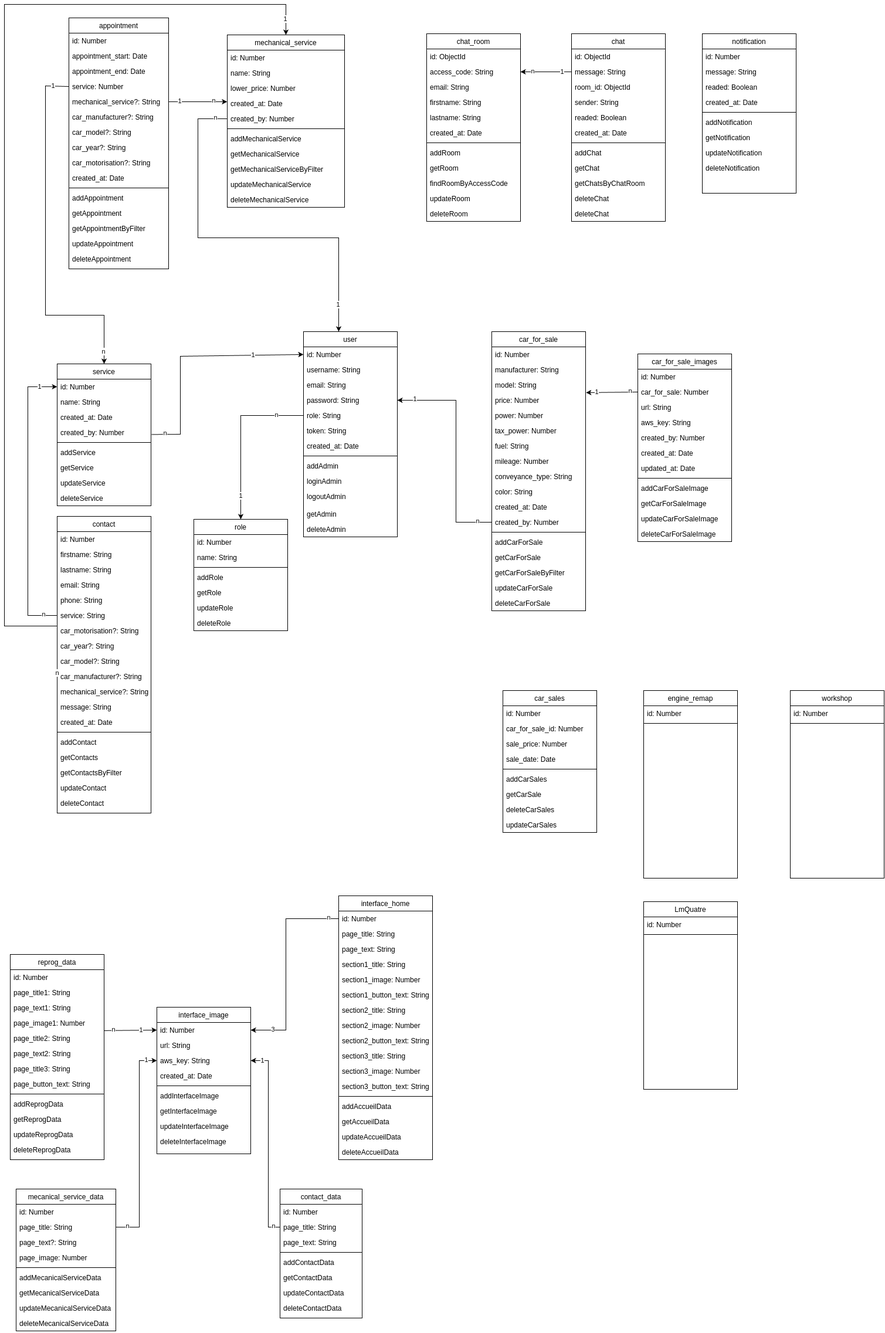
The draw.io diagram documentation/hephaistos-MCD.drawio.png in nsevendev/hephaistos, before a commit. Source tidied: cells renumbered, new cells last; positions are measured from the earlier drawing's top-left corner, leaving out a move shared by most shapes.
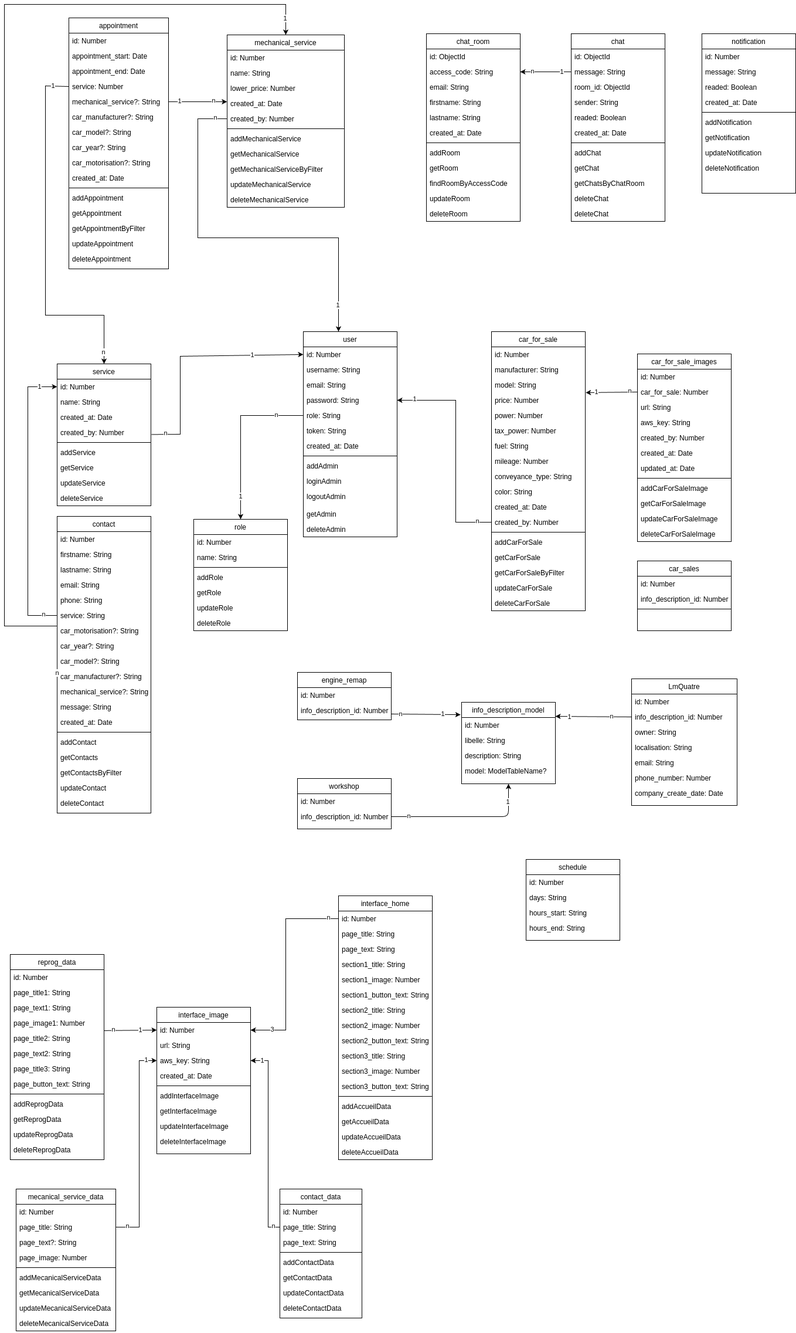
After the commit.

Commit message:
MCD => création des entitys engine_remap, workshop, LmQuatre, info_description_model et schedule + modification entity car_sales

Diff of the diagram source:
```diff
@@ -860,61 +860,123 @@
       </mxGeometry>
     </mxCell>
     <mxCell id="254" value="engine_remap" style="swimlane;fontStyle=0;align=center;verticalAlign=top;horizontal=1;startSize=26;rounded=0;shadow=0;strokeWidth=1;" parent="1" vertex="1">
-      <mxGeometry x="1090" y="1170" width="160" height="320" as="geometry" />
+      <mxGeometry x="500" y="1139" width="160" height="81" as="geometry" />
     </mxCell>
     <mxCell id="255" value="id: Number" style="text;align=left;verticalAlign=top;spacingLeft=4;spacingRight=4;overflow=hidden;rounded=0;shadow=0;html=0;" parent="254" vertex="1">
       <mxGeometry y="26" width="160" height="26" as="geometry" />
     </mxCell>
-    <mxCell id="256" style="line;html=1;strokeWidth=1;align=left;verticalAlign=middle;spacingTop=-1;spacingLeft=3;spacingRight=3;labelPosition=right;" parent="254" vertex="1">
-      <mxGeometry y="52" width="160" height="8" as="geometry" />
-    </mxCell>
+    <mxCell id="273" value="info_description_id: Number" style="text;align=left;verticalAlign=top;spacingLeft=4;spacingRight=4;overflow=hidden;points=[[0,0.5],[1,0.5]];portConstraint=eastwest;rounded=0;shadow=0;html=0;" parent="254" vertex="1">
+      <mxGeometry y="52" width="160" height="26" as="geometry" />
+    </mxCell>
     <mxCell id="257" value="car_sales" style="swimlane;fontStyle=0;align=center;verticalAlign=top;horizontal=1;startSize=26;rounded=0;shadow=0;strokeWidth=1;" parent="1" vertex="1">
-      <mxGeometry x="850" y="1170" width="160" height="242" as="geometry" />
+      <mxGeometry x="1080" y="949" width="160" height="119" as="geometry" />
     </mxCell>
     <mxCell id="258" value="id: Number" style="text;align=left;verticalAlign=top;spacingLeft=4;spacingRight=4;overflow=hidden;rounded=0;shadow=0;html=0;" parent="257" vertex="1">
       <mxGeometry y="26" width="160" height="26" as="geometry" />
     </mxCell>
-    <mxCell id="259" value="car_for_sale_id: Number" style="text;align=left;verticalAlign=top;spacingLeft=4;spacingRight=4;overflow=hidden;rounded=0;shadow=0;html=0;" parent="257" vertex="1">
-      <mxGeometry y="52" width="160" height="26" as="geometry" />
-    </mxCell>
-    <mxCell id="260" value="sale_price: Number" style="text;align=left;verticalAlign=top;spacingLeft=4;spacingRight=4;overflow=hidden;rounded=0;shadow=0;html=0;" parent="257" vertex="1">
-      <mxGeometry y="78" width="160" height="26" as="geometry" />
+    <mxCell id="260" value="info_description_id: Number" style="text;align=left;verticalAlign=top;spacingLeft=4;spacingRight=4;overflow=hidden;rounded=0;shadow=0;html=0;" parent="257" vertex="1">
+      <mxGeometry y="52" width="160" height="26" as="geometry" />
     </mxCell>
-    <mxCell id="261" value="sale_date: Date" style="text;align=left;verticalAlign=top;spacingLeft=4;spacingRight=4;overflow=hidden;rounded=0;shadow=0;html=0;" parent="257" vertex="1">
-      <mxGeometry y="104" width="160" height="26" as="geometry" />
-    </mxCell>
     <mxCell id="262" style="line;html=1;strokeWidth=1;align=left;verticalAlign=middle;spacingTop=-1;spacingLeft=3;spacingRight=3;labelPosition=right;" parent="257" vertex="1">
-      <mxGeometry y="130" width="160" height="8" as="geometry" />
+      <mxGeometry y="78" width="160" height="8" as="geometry" />
     </mxCell>
-    <mxCell id="263" value="addCarSales" style="text;align=left;verticalAlign=top;spacingLeft=4;spacingRight=4;overflow=hidden;" parent="257" vertex="1">
-      <mxGeometry y="138" width="160" height="26" as="geometry" />
-    </mxCell>
-    <mxCell id="264" value="getCarSale" style="text;align=left;verticalAlign=top;spacingLeft=4;spacingRight=4;overflow=hidden;" parent="257" vertex="1">
-      <mxGeometry y="164" width="160" height="26" as="geometry" />
-    </mxCell>
-    <mxCell id="265" value="deleteCarSales" style="text;align=left;verticalAlign=top;spacingLeft=4;spacingRight=4;overflow=hidden;" parent="257" vertex="1">
-      <mxGeometry y="190" width="160" height="26" as="geometry" />
-    </mxCell>
-    <mxCell id="266" value="updateCarSales" style="text;align=left;verticalAlign=top;spacingLeft=4;spacingRight=4;overflow=hidden;" parent="257" vertex="1">
-      <mxGeometry y="216" width="160" height="26" as="geometry" />
-    </mxCell>
     <mxCell id="267" value="workshop" style="swimlane;fontStyle=0;align=center;verticalAlign=top;horizontal=1;startSize=26;rounded=0;shadow=0;strokeWidth=1;" parent="1" vertex="1">
-      <mxGeometry x="1340" y="1170" width="160" height="320" as="geometry" />
+      <mxGeometry x="500" y="1320" width="160" height="86" as="geometry" />
     </mxCell>
     <mxCell id="268" value="id: Number" style="text;align=left;verticalAlign=top;spacingLeft=4;spacingRight=4;overflow=hidden;rounded=0;shadow=0;html=0;" parent="267" vertex="1">
       <mxGeometry y="26" width="160" height="26" as="geometry" />
     </mxCell>
-    <mxCell id="269" style="line;html=1;strokeWidth=1;align=left;verticalAlign=middle;spacingTop=-1;spacingLeft=3;spacingRight=3;labelPosition=right;" parent="267" vertex="1">
-      <mxGeometry y="52" width="160" height="8" as="geometry" />
-    </mxCell>
+    <mxCell id="274" value="info_description_id: Number" style="text;align=left;verticalAlign=top;spacingLeft=4;spacingRight=4;overflow=hidden;points=[[0,0.5],[1,0.5]];portConstraint=eastwest;rounded=0;shadow=0;html=0;" parent="267" vertex="1">
+      <mxGeometry y="52" width="160" height="26" as="geometry" />
+    </mxCell>
     <mxCell id="270" value="LmQuatre" style="swimlane;fontStyle=0;align=center;verticalAlign=top;horizontal=1;startSize=26;rounded=0;shadow=0;strokeWidth=1;" parent="1" vertex="1">
-      <mxGeometry x="1090" y="1530" width="160" height="320" as="geometry" />
+      <mxGeometry x="1070" y="1150" width="180" height="216" as="geometry" />
     </mxCell>
     <mxCell id="271" value="id: Number" style="text;align=left;verticalAlign=top;spacingLeft=4;spacingRight=4;overflow=hidden;rounded=0;shadow=0;html=0;" parent="270" vertex="1">
-      <mxGeometry y="26" width="160" height="26" as="geometry" />
+      <mxGeometry y="26" width="180" height="26" as="geometry" />
     </mxCell>
-    <mxCell id="272" style="line;html=1;strokeWidth=1;align=left;verticalAlign=middle;spacingTop=-1;spacingLeft=3;spacingRight=3;labelPosition=right;" parent="270" vertex="1">
-      <mxGeometry y="52" width="160" height="8" as="geometry" />
-    </mxCell>
+    <mxCell id="275" value="info_description_id: Number" style="text;align=left;verticalAlign=top;spacingLeft=4;spacingRight=4;overflow=hidden;points=[[0,0.5],[1,0.5]];portConstraint=eastwest;rounded=0;shadow=0;html=0;" parent="270" vertex="1">
+      <mxGeometry y="52" width="180" height="26" as="geometry" />
+    </mxCell>
+    <mxCell id="276" value="owner: String" style="text;align=left;verticalAlign=top;spacingLeft=4;spacingRight=4;overflow=hidden;rounded=0;shadow=0;html=0;" parent="270" vertex="1">
+      <mxGeometry y="78" width="180" height="26" as="geometry" />
+    </mxCell>
+    <mxCell id="277" value="localisation: String" style="text;align=left;verticalAlign=top;spacingLeft=4;spacingRight=4;overflow=hidden;rounded=0;shadow=0;html=0;" parent="270" vertex="1">
+      <mxGeometry y="104" width="180" height="26" as="geometry" />
+    </mxCell>
+    <mxCell id="278" value="email: String" style="text;align=left;verticalAlign=top;spacingLeft=4;spacingRight=4;overflow=hidden;rounded=0;shadow=0;html=0;" parent="270" vertex="1">
+      <mxGeometry y="130" width="180" height="26" as="geometry" />
+    </mxCell>
+    <mxCell id="279" value="phone_number: Number" style="text;align=left;verticalAlign=top;spacingLeft=4;spacingRight=4;overflow=hidden;rounded=0;shadow=0;html=0;" parent="270" vertex="1">
+      <mxGeometry y="156" width="180" height="26" as="geometry" />
+    </mxCell>
+    <mxCell id="280" value="company_create_date: Date" style="text;align=left;verticalAlign=top;spacingLeft=4;spacingRight=4;overflow=hidden;rounded=0;shadow=0;html=0;" parent="270" vertex="1">
+      <mxGeometry y="182" width="180" height="26" as="geometry" />
+    </mxCell>
+    <mxCell id="281" value="info_description_model" style="swimlane;fontStyle=0;align=center;verticalAlign=top;horizontal=1;startSize=26;rounded=0;shadow=0;strokeWidth=1;" parent="1" vertex="1">
+      <mxGeometry x="780" y="1190" width="160" height="139" as="geometry" />
+    </mxCell>
+    <mxCell id="282" value="id: Number" style="text;align=left;verticalAlign=top;spacingLeft=4;spacingRight=4;overflow=hidden;rounded=0;shadow=0;html=0;" parent="281" vertex="1">
+      <mxGeometry y="26" width="160" height="26" as="geometry" />
+    </mxCell>
+    <mxCell id="283" value="libelle: String" style="text;align=left;verticalAlign=top;spacingLeft=4;spacingRight=4;overflow=hidden;rounded=0;shadow=0;html=0;" parent="281" vertex="1">
+      <mxGeometry y="52" width="160" height="26" as="geometry" />
+    </mxCell>
+    <mxCell id="284" value="description: String" style="text;align=left;verticalAlign=top;spacingLeft=4;spacingRight=4;overflow=hidden;rounded=0;shadow=0;html=0;" parent="281" vertex="1">
+      <mxGeometry y="78" width="160" height="26" as="geometry" />
+    </mxCell>
+    <mxCell id="285" value="model: ModelTableName?" style="text;align=left;verticalAlign=top;spacingLeft=4;spacingRight=4;overflow=hidden;rounded=0;shadow=0;html=0;" parent="281" vertex="1">
+      <mxGeometry y="104" width="160" height="26" as="geometry" />
+    </mxCell>
+    <mxCell id="286" value="schedule" style="swimlane;fontStyle=0;align=center;verticalAlign=top;horizontal=1;startSize=26;rounded=0;shadow=0;strokeWidth=1;" parent="1" vertex="1">
+      <mxGeometry x="890" y="1458" width="160" height="138" as="geometry" />
+    </mxCell>
+    <mxCell id="287" value="id: Number" style="text;align=left;verticalAlign=top;spacingLeft=4;spacingRight=4;overflow=hidden;rounded=0;shadow=0;html=0;" parent="286" vertex="1">
+      <mxGeometry y="26" width="160" height="26" as="geometry" />
+    </mxCell>
+    <mxCell id="288" value="days: String" style="text;align=left;verticalAlign=top;spacingLeft=4;spacingRight=4;overflow=hidden;rounded=0;shadow=0;html=0;" parent="286" vertex="1">
+      <mxGeometry y="52" width="160" height="26" as="geometry" />
+    </mxCell>
+    <mxCell id="289" value="hours_start: String" style="text;align=left;verticalAlign=top;spacingLeft=4;spacingRight=4;overflow=hidden;rounded=0;shadow=0;html=0;" parent="286" vertex="1">
+      <mxGeometry y="78" width="160" height="26" as="geometry" />
+    </mxCell>
+    <mxCell id="290" value="hours_end: String" style="text;align=left;verticalAlign=top;spacingLeft=4;spacingRight=4;overflow=hidden;rounded=0;shadow=0;html=0;" parent="286" vertex="1">
+      <mxGeometry y="104" width="160" height="26" as="geometry" />
+    </mxCell>
+    <mxCell id="291" style="edgeStyle=none;html=1;entryX=-0.011;entryY=0.152;entryDx=0;entryDy=0;entryPerimeter=0;exitX=1;exitY=0.731;exitDx=0;exitDy=0;exitPerimeter=0;" parent="1" edge="1" source="273" target="281">
+      <mxGeometry relative="1" as="geometry" />
+    </mxCell>
+    <mxCell id="292" value="1" style="edgeLabel;html=1;align=center;verticalAlign=middle;" parent="291" vertex="1">
+      <mxGeometry x="0.48" y="1" relative="1" as="geometry" />
+    </mxCell>
+    <mxCell id="293" value="n" style="edgeLabel;html=1;align=center;verticalAlign=middle;" parent="291" vertex="1">
+      <mxGeometry x="-0.73" y="-2" relative="1" as="geometry">
+        <mxPoint y="-3" as="offset" />
+      </mxGeometry>
+    </mxCell>
+    <mxCell id="294" style="edgeStyle=none;html=1;exitX=0;exitY=0.5;exitDx=0;exitDy=0;entryX=1;entryY=0.173;entryDx=0;entryDy=0;entryPerimeter=0;" parent="1" edge="1" source="275" target="281">
+      <mxGeometry relative="1" as="geometry" />
+    </mxCell>
+    <mxCell id="295" value="1" style="edgeLabel;html=1;align=center;verticalAlign=middle;" parent="294" vertex="1">
+      <mxGeometry x="0.63" y="1" relative="1" as="geometry">
+        <mxPoint y="-1" as="offset" />
+      </mxGeometry>
+    </mxCell>
+    <mxCell id="296" value="n" style="edgeLabel;html=1;align=center;verticalAlign=middle;" parent="294" vertex="1">
+      <mxGeometry x="-0.47" y="-1" relative="1" as="geometry" />
+    </mxCell>
+    <mxCell id="297" style="edgeStyle=none;html=1;exitX=1;exitY=0.5;exitDx=0;exitDy=0;entryX=0.5;entryY=1;entryDx=0;entryDy=0;" parent="1" edge="1" source="274" target="281">
+      <mxGeometry relative="1" as="geometry">
+        <Array as="points">
+          <mxPoint x="860" y="1385" />
+        </Array>
+      </mxGeometry>
+    </mxCell>
+    <mxCell id="298" value="n" style="edgeLabel;html=1;align=center;verticalAlign=middle;" parent="297" vertex="1">
+      <mxGeometry x="-0.77" y="1" relative="1" as="geometry" />
+    </mxCell>
+    <mxCell id="299" value="1" style="edgeLabel;html=1;align=center;verticalAlign=middle;" parent="297" vertex="1">
+      <mxGeometry x="0.76" y="1" relative="1" as="geometry" />
+    </mxCell>
   </root>
 </mxGraphModel>
```
